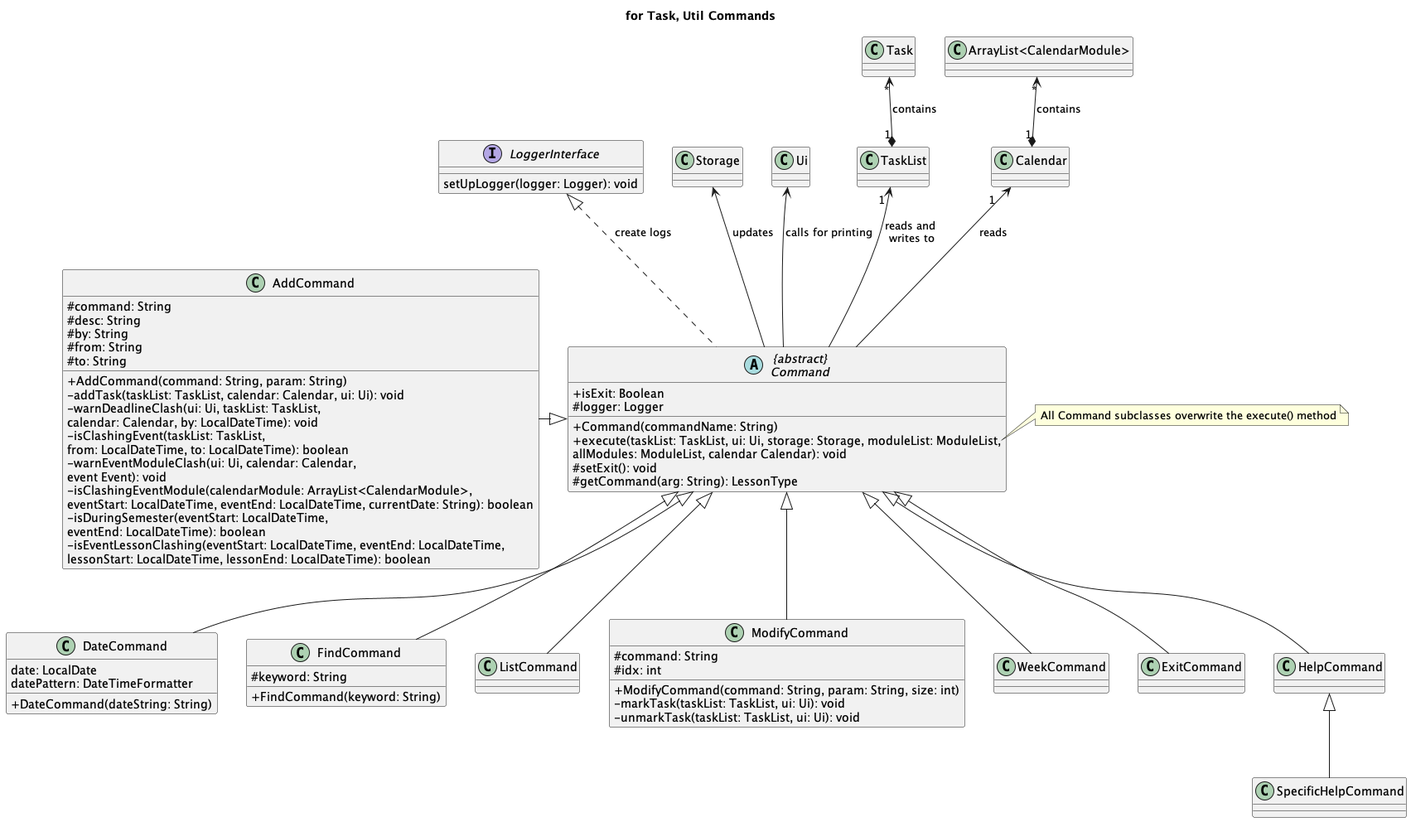
This is docs/uml-diagrams/Command-for_Task__Util_Commands.png from nus-cs2113-AY2223S2/tp, a PlantUML export, as it was before one commit. Its diagram source:
```plantuml
@startuml
skinparam classAttributeIconSize 0

title for Task, Util Commands

interface LoggerInterface {
setUpLogger(logger: Logger): void
}

abstract class "{abstract}\nCommand" as Command {
+ isExit: Boolean
# logger: Logger
+ Command(commandName: String)
+ execute(taskList: TaskList, ui: Ui, storage: Storage, moduleList: ModuleList,
allModules: ModuleList, calendar Calendar): void
# setExit(): void
# getCommand(arg: String): LessonType
}

note right of Command::execute
    All Command subclasses overwrite the execute() method
end note
LoggerInterface <|.. Command : create logs

class AddCommand {
# command: String
# desc: String
# by: String
# from: String
# to: String
__
+ AddCommand(command: String, param: String)
- addTask(taskList: TaskList, calendar: Calendar, ui: Ui): void
- warnDeadlineClash(ui: Ui, taskList: TaskList,
calendar: Calendar, by: LocalDateTime): void
- isClashingEvent(taskList: TaskList,
from: LocalDateTime, to: LocalDateTime): boolean
- warnEventModuleClash(ui: Ui, calendar: Calendar,
event Event): void
- isClashingEventModule(calendarModule: ArrayList<CalendarModule>,
eventStart: LocalDateTime, eventEnd: LocalDateTime, currentDate: String): boolean
- isDuringSemester(eventStart: LocalDateTime,
eventEnd: LocalDateTime): boolean
- isEventLessonClashing(eventStart: LocalDateTime, eventEnd: LocalDateTime,
lessonStart: LocalDateTime, lessonEnd: LocalDateTime): boolean
}
AddCommand -|> Command

class DateCommand {
date: LocalDate
datePattern: DateTimeFormatter
+ DateCommand(dateString: String)
}
Command <|-- DateCommand

class FindCommand{
# keyword: String
+ FindCommand(keyword: String)
}
Command <|-- FindCommand

class ListCommand
Command <|-- ListCommand

class ModifyCommand{
# command: String
# idx: int
+ModifyCommand(command: String, param: String, size: int)
-markTask(taskList: TaskList, ui: Ui): void
-unmarkTask(taskList: TaskList, ui: Ui): void
}
Command <|-- ModifyCommand

class WeekCommand
Command <|-- WeekCommand

class ExitCommand
Command <|-- ExitCommand

class HelpCommand
Command <|-- HelpCommand

class SpecificHelpCommand
HelpCommand <|-- SpecificHelpCommand

Storage <-- Command : updates
Ui <-- Command : calls for printing
TaskList "1 " <-- Command : "reads and\n writes to"
Task "*" <--* "1" TaskList : contains
Calendar "1   " <-- Command : reads
"ArrayList<CalendarModule>" "*" <--* "1" Calendar : contains


@enduml
```
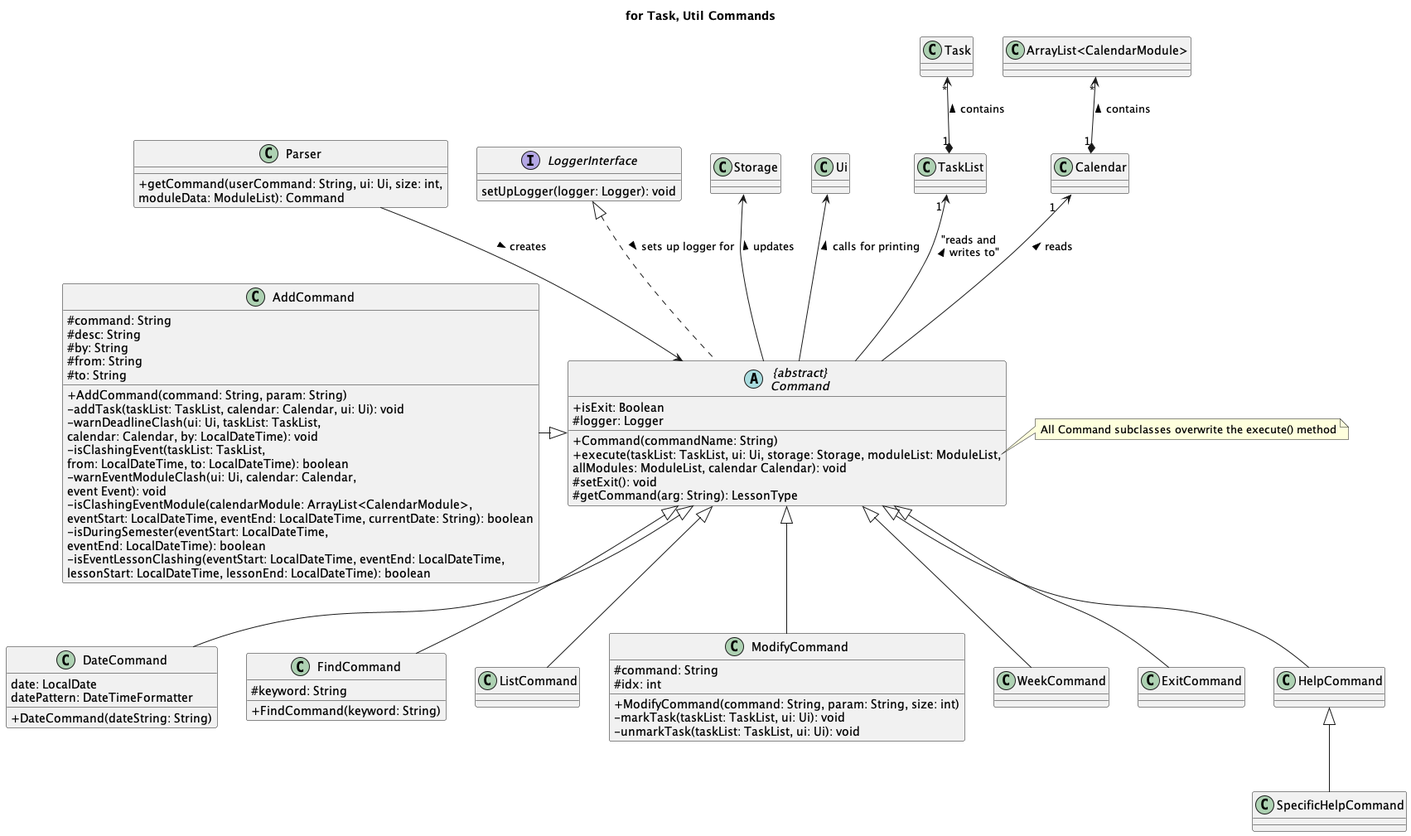
The same file after the commit.

Diff of the diagram source:
```diff
@@ -3,9 +3,11 @@
 
 title for Task, Util Commands
 
-interface LoggerInterface {
-setUpLogger(logger: Logger): void
+class Parser {
++ getCommand(userCommand: String, ui: Ui, size: int,
+moduleData: ModuleList): Command
 }
+Parser --> Command : creates >
 
 abstract class "{abstract}\nCommand" as Command {
 + isExit: Boolean
@@ -20,7 +22,11 @@
 note right of Command::execute
     All Command subclasses overwrite the execute() method
 end note
-LoggerInterface <|.. Command : create logs
+
+interface LoggerInterface {
+setUpLogger(logger: Logger): void
+}
+LoggerInterface <|.. Command : sets up logger for >
 
 class AddCommand {
 # command: String
@@ -83,12 +89,12 @@
 class SpecificHelpCommand
 HelpCommand <|-- SpecificHelpCommand
 
-Storage <-- Command : updates
-Ui <-- Command : calls for printing
-TaskList "1 " <-- Command : "reads and\n writes to"
-Task "*" <--* "1" TaskList : contains
-Calendar "1   " <-- Command : reads
-"ArrayList<CalendarModule>" "*" <--* "1" Calendar : contains
+Storage <-- Command : updates <
+Ui <-- Command : calls for printing <
+TaskList "1 " <-- Command : "reads and\n writes to" <
+Task "*" <--* "1" TaskList : contains <
+Calendar "1   " <-- Command : reads <
+"ArrayList<CalendarModule>" "*" <--* "1" Calendar : contains <
 
 
 @enduml
```
